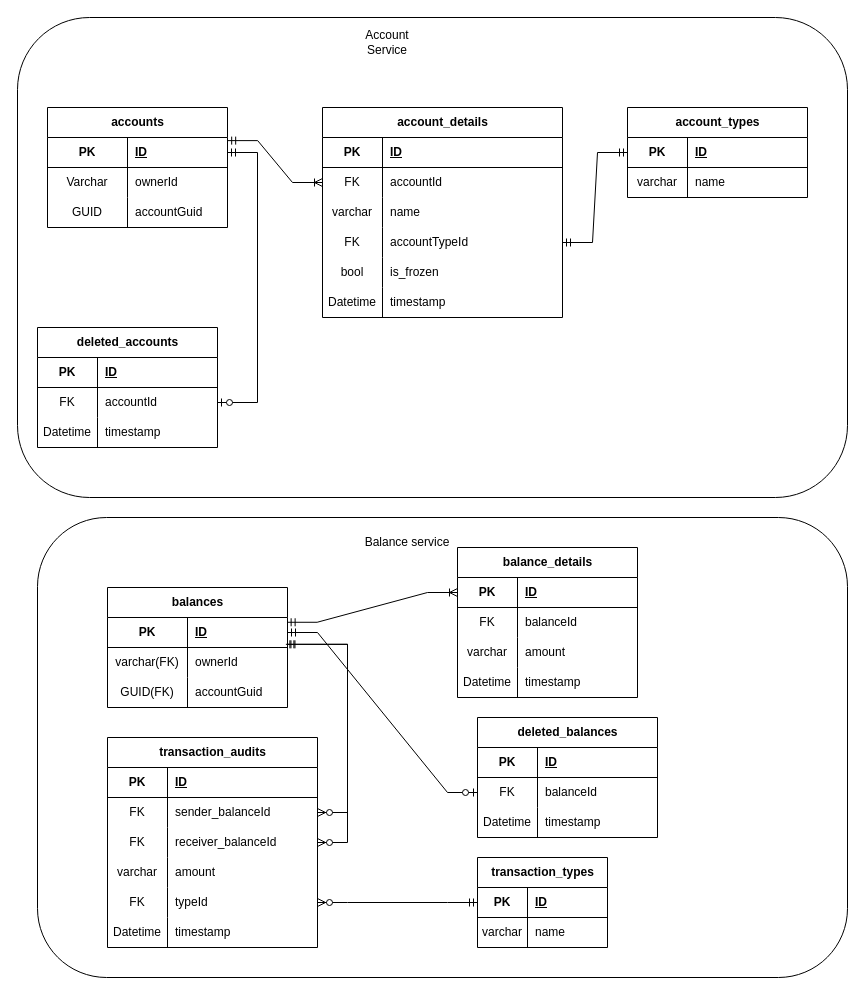
This is docs/DatabaseDiagrams/er-diagrams.drawio from Team-HABO/habo-banking, a draw.io file, before an edit. Source tidied: cells renumbered, new cells numbered last; positions are measured from the earlier drawing's top-left corner, leaving out a move shared by most shapes. Both pictures are drawn from the tidied source at 100%, with x=0, y=0 at pixel (17, 17).
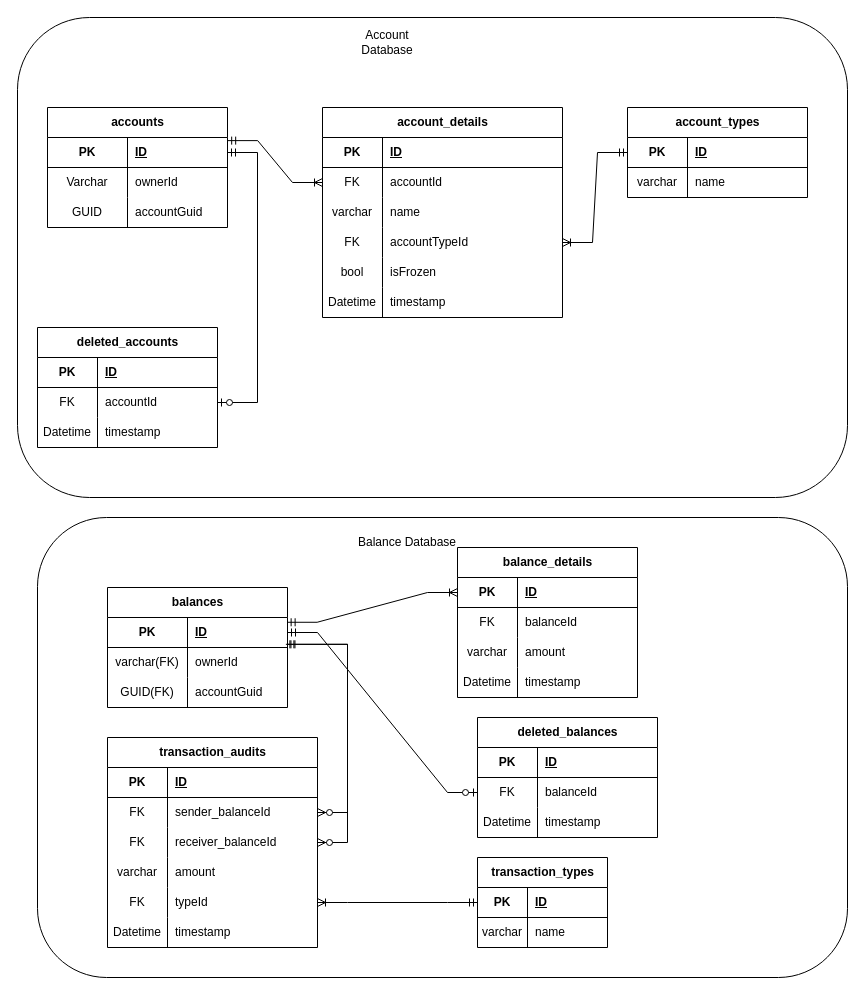
The same diagram, later.

Unchanged cells that the change refers to:
```xml
<mxCell id="25" style="shape=tableRow;horizontal=0;startSize=0;swimlaneHead=0;swimlaneBody=0;fillColor=none;points=[[0,0.5],[1,0.5]];portConstraint=eastwest;top=0;left=0;right=0;bottom=1;" parent="24" vertex="1">
  <mxGeometry y="30" width="180" height="30" as="geometry" />
</mxCell>
<mxCell id="41" style="shape=tableRow;horizontal=0;startSize=0;swimlaneHead=0;swimlaneBody=0;fillColor=none;points=[[0,0.5],[1,0.5]];portConstraint=eastwest;top=0;left=0;right=0;bottom=0;" parent="31" vertex="1">
  <mxGeometry y="120" width="240" height="30" as="geometry" />
</mxCell>
<mxCell id="44" style="shape=tableRow;horizontal=0;startSize=0;swimlaneHead=0;swimlaneBody=0;fillColor=none;top=0;left=0;right=0;bottom=0;" parent="31" vertex="1">
  <mxGeometry y="150" width="240" height="30" as="geometry" />
</mxCell>
<mxCell id="87" style="shape=tableRow;horizontal=0;startSize=0;swimlaneHead=0;swimlaneBody=0;fillColor=none;points=[[0,0.5],[1,0.5]];portConstraint=eastwest;top=0;left=0;right=0;bottom=0;" parent="74" vertex="1">
  <mxGeometry y="150" width="210" height="30" as="geometry" />
</mxCell>
<mxCell id="108" style="shape=tableRow;horizontal=0;startSize=0;swimlaneHead=0;swimlaneBody=0;fillColor=none;points=[[0,0.5],[1,0.5]];portConstraint=eastwest;top=0;left=0;right=0;bottom=1;" parent="107" vertex="1">
  <mxGeometry y="30" width="130" height="30" as="geometry" />
</mxCell>
```

Diff of the diagram source:
```diff
@@
-    <mxCell id="46" value="is_frozen" style="shape=partialRectangle;fillColor=none;top=0;left=0;bottom=0;right=0;align=left;spacingLeft=6;overflow=hidden;whiteSpace=wrap;html=1;" parent="44" vertex="1">
+    <mxCell id="46" value="isFrozen" style="shape=partialRectangle;fillColor=none;top=0;left=0;bottom=0;right=0;align=left;spacingLeft=6;overflow=hidden;whiteSpace=wrap;html=1;" parent="44" vertex="1">
       <mxGeometry x="60" width="180" height="30" as="geometry" />
     </mxCell>
@@
-    <mxCell id="50" value="Account Service" style="text;html=1;whiteSpace=wrap;strokeColor=none;fillColor=none;align=center;verticalAlign=middle;rounded=0;" parent="1" vertex="1">
+    <mxCell id="50" value="Account Database" style="text;html=1;whiteSpace=wrap;strokeColor=none;fillColor=none;align=center;verticalAlign=middle;rounded=0;" parent="1" vertex="1">
       <mxGeometry x="340" y="10" width="60" height="30" as="geometry" />
     </mxCell>
@@
-    <mxCell id="103" value="Balance service" style="text;html=1;whiteSpace=wrap;strokeColor=none;fillColor=none;align=center;verticalAlign=middle;rounded=0;" parent="1" vertex="1">
+    <mxCell id="103" value="Balance Database" style="text;html=1;whiteSpace=wrap;strokeColor=none;fillColor=none;align=center;verticalAlign=middle;rounded=0;" parent="1" vertex="1">
       <mxGeometry x="330" y="510" width="120" height="30" as="geometry" />
     </mxCell>
@@
-    <mxCell id="106" style="edgeStyle=entityRelationEdgeStyle;fontSize=12;html=1;endArrow=ERmandOne;startArrow=ERmandOne;rounded=0;entryX=0;entryY=0.5;entryDx=0;entryDy=0;exitX=1;exitY=0.5;exitDx=0;exitDy=0;" parent="1" edge="1" source="41" target="25">
+    <mxCell id="106" style="edgeStyle=entityRelationEdgeStyle;fontSize=12;html=1;endArrow=ERmandOne;startArrow=ERoneToMany;rounded=0;entryX=0;entryY=0.5;entryDx=0;entryDy=0;exitX=1;exitY=0.5;exitDx=0;exitDy=0;startFill=0;" parent="1" edge="1" source="41" target="25">
       <mxGeometry relative="1" as="geometry" />
     </mxCell>
@@
-    <mxCell id="115" style="edgeStyle=entityRelationEdgeStyle;fontSize=12;html=1;endArrow=ERzeroToMany;startArrow=ERmandOne;rounded=0;exitX=0;exitY=0.5;exitDx=0;exitDy=0;entryX=1;entryY=0.5;entryDx=0;entryDy=0;" parent="1" edge="1" source="108" target="87">
+    <mxCell id="115" style="edgeStyle=entityRelationEdgeStyle;fontSize=12;html=1;endArrow=ERoneToMany;startArrow=ERmandOne;rounded=0;exitX=0;exitY=0.5;exitDx=0;exitDy=0;entryX=1;entryY=0.5;entryDx=0;entryDy=0;endFill=0;" parent="1" edge="1" source="108" target="87">
       <mxGeometry relative="1" as="geometry" />
     </mxCell>
```
